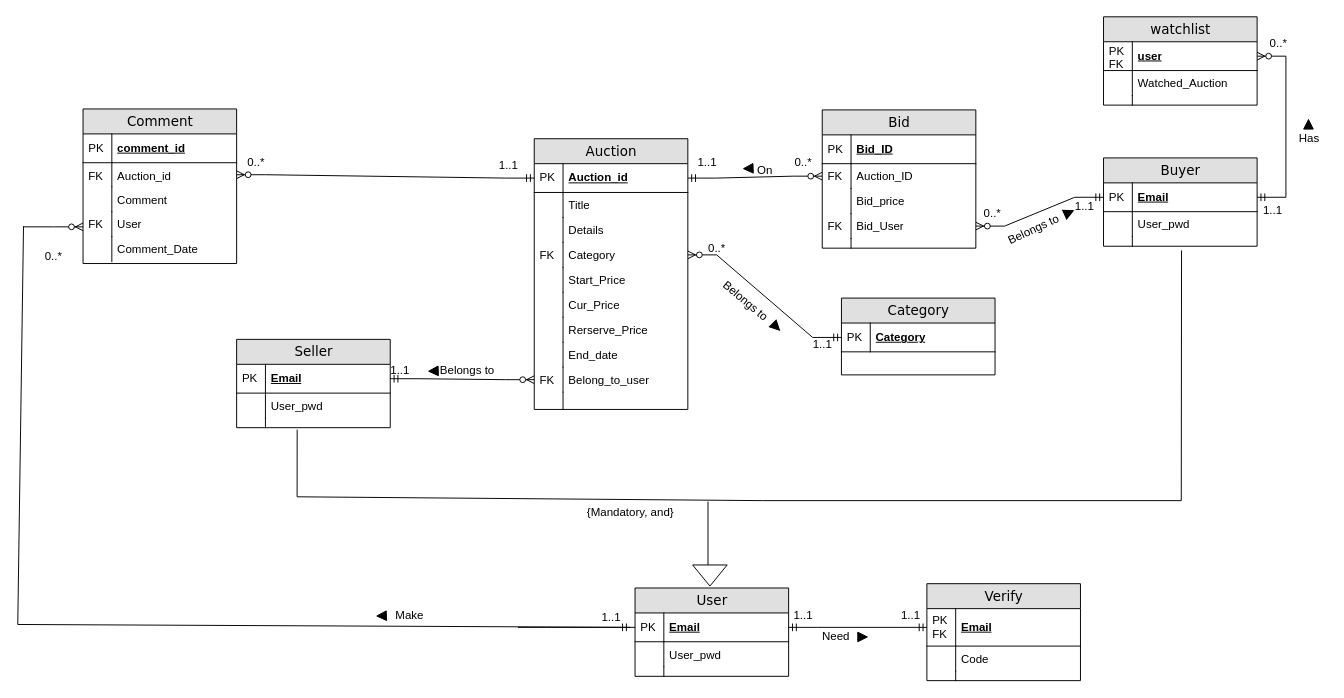
The draw.io diagram Untitled Diagram.drawio in Melo-Melon/git_file, before the edit. Source tidied: cells renumbered, new cells numbered last; positions are measured from the earlier drawing's top-left corner, leaving out a move shared by most shapes. Both pictures are drawn from the tidied source at 96%, with x=0, y=0 at pixel (17, 16).
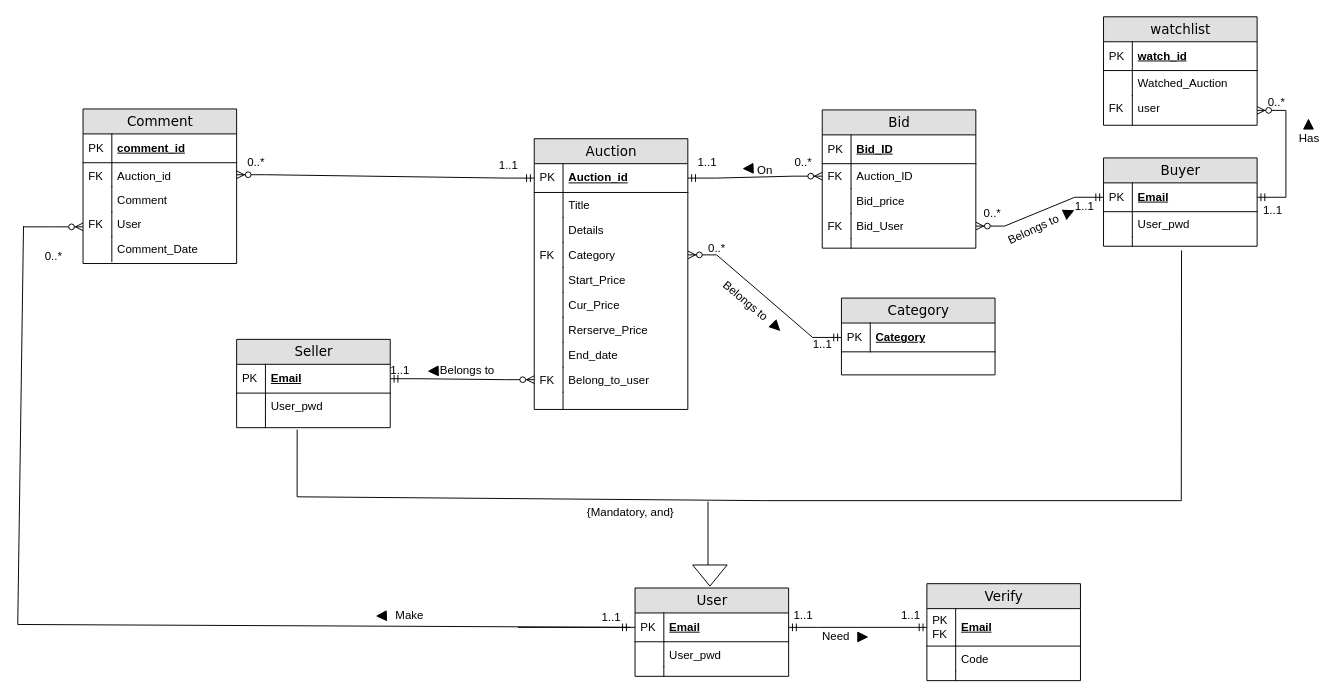
After the change.

Unchanged cells that the change refers to:
```xml
<mxCell id="35" value="Email" style="shape=partialRectangle;top=0;left=0;right=0;bottom=1;html=1;align=left;verticalAlign=middle;fillColor=none;spacingLeft=34;spacingRight=4;whiteSpace=wrap;overflow=hidden;points=[[0,0.5],[1,0.5]];portConstraint=eastwest;fontStyle=5;" parent="34" vertex="1">
  <mxGeometry y="26" width="160" height="30" as="geometry" />
</mxCell>
```

What changed in the source:
```diff
@@
     <mxCell id="114" value="watchlist" style="swimlane;html=1;fontStyle=0;horizontal=1;startSize=26;fillColor=#e0e0e0;swimlaneFillColor=#ffffff;align=center;rounded=0;shadow=0;comic=0;labelBackgroundColor=none;strokeWidth=1;fontFamily=Verdana;fontSize=14;" parent="1" vertex="1">
-      <mxGeometry x="1131" width="160" height="92" as="geometry" />
+      <mxGeometry x="1131" width="160" height="113" as="geometry" />
     </mxCell>
-    <mxCell id="115" value="user" style="shape=partialRectangle;top=0;left=0;right=0;bottom=1;html=1;align=left;verticalAlign=middle;fillColor=none;spacingLeft=34;spacingRight=4;whiteSpace=wrap;overflow=hidden;points=[[0,0.5],[1,0.5]];portConstraint=eastwest;fontStyle=5;" parent="114" vertex="1">
+    <mxCell id="115" value="watch_id" style="shape=partialRectangle;top=0;left=0;right=0;bottom=1;html=1;align=left;verticalAlign=middle;fillColor=none;spacingLeft=34;spacingRight=4;whiteSpace=wrap;overflow=hidden;points=[[0,0.5],[1,0.5]];portConstraint=eastwest;fontStyle=5;" parent="114" vertex="1">
       <mxGeometry y="26" width="160" height="30" as="geometry" />
     </mxCell>
-    <mxCell id="116" value="PK&lt;br&gt;FK" style="shape=partialRectangle;top=0;left=0;bottom=0;html=1;fillColor=none;align=left;verticalAlign=middle;spacingLeft=4;spacingRight=4;whiteSpace=wrap;overflow=hidden;" parent="115" vertex="1">
+    <mxCell id="116" value="PK" style="shape=partialRectangle;top=0;left=0;bottom=0;html=1;fillColor=none;align=left;verticalAlign=middle;spacingLeft=4;spacingRight=4;whiteSpace=wrap;overflow=hidden;" parent="115" vertex="1">
       <mxGeometry width="30" height="30" as="geometry" />
     </mxCell>
@@
-    <mxCell id="119" style="shape=partialRectangle;top=0;left=0;right=0;bottom=0;html=1;align=left;verticalAlign=top;fillColor=none;spacingLeft=34;spacingRight=4;whiteSpace=wrap;overflow=hidden;points=[[0,0.5],[1,0.5]];portConstraint=eastwest;" parent="114" vertex="1">
-      <mxGeometry y="82" width="160" height="10" as="geometry" />
+    <mxCell id="119" value="user" style="shape=partialRectangle;top=0;left=0;right=0;bottom=0;html=1;align=left;verticalAlign=top;fillColor=none;spacingLeft=34;spacingRight=4;whiteSpace=wrap;overflow=hidden;points=[[0,0.5],[1,0.5]];portConstraint=eastwest;" parent="114" vertex="1">
+      <mxGeometry y="82" width="160" height="31" as="geometry" />
     </mxCell>
-    <mxCell id="120" style="shape=partialRectangle;top=0;left=0;bottom=0;html=1;fillColor=none;align=left;verticalAlign=top;spacingLeft=4;spacingRight=4;whiteSpace=wrap;overflow=hidden;" parent="119" vertex="1">
-      <mxGeometry width="30" height="10" as="geometry" />
+    <mxCell id="120" value="FK" style="shape=partialRectangle;top=0;left=0;bottom=0;html=1;fillColor=none;align=left;verticalAlign=top;spacingLeft=4;spacingRight=4;whiteSpace=wrap;overflow=hidden;" parent="119" vertex="1">
+      <mxGeometry width="30" height="31" as="geometry" />
     </mxCell>
-    <mxCell id="121" style="edgeStyle=entityRelationEdgeStyle;fontSize=12;html=1;endArrow=ERzeroToMany;startArrow=ERmandOne;rounded=0;exitX=1;exitY=0.5;exitDx=0;exitDy=0;entryX=1;entryY=0.5;entryDx=0;entryDy=0;" parent="1" edge="1" source="35" target="115">
-      <mxGeometry relative="1" as="geometry" />
+    <mxCell id="121" style="edgeStyle=entityRelationEdgeStyle;fontSize=12;html=1;endArrow=ERzeroToMany;startArrow=ERmandOne;rounded=0;exitX=1;exitY=0.5;exitDx=0;exitDy=0;entryX=1;entryY=0.5;entryDx=0;entryDy=0;" parent="1" edge="1" source="35" target="119">
+      <mxGeometry relative="1" as="geometry">
+        <Array as="points">
+          <mxPoint x="1291" y="96" />
+        </Array>
+      </mxGeometry>
     </mxCell>
     <mxCell id="122" value="0..*" style="text;html=1;align=center;verticalAlign=middle;strokeColor=none;fillColor=none;" parent="1" vertex="1">
-      <mxGeometry x="1293" y="13" width="40" height="30" as="geometry" />
+      <mxGeometry x="1291" y="74" width="40" height="30" as="geometry" />
     </mxCell>
```
